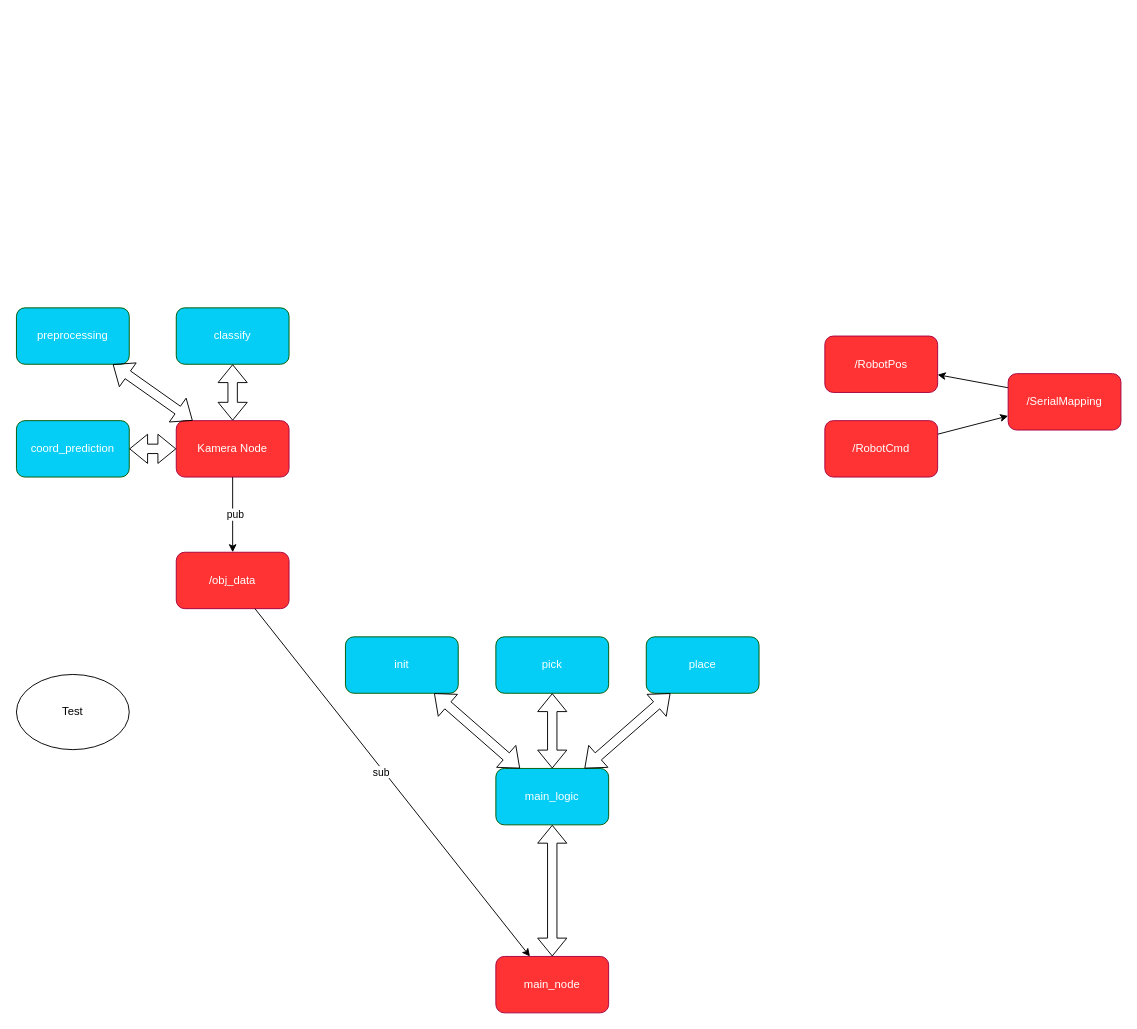
ibinsandig/Portal-zur-Exmatrikulation keeps this draw.io diagram as SW_architecture_simple.drawio. Above is the earlier version. Source tidied: cells renumbered, new cells numbered last; positions are measured from the earlier drawing's top-left corner, leaving out a move shared by most shapes. Both pictures are drawn from the tidied source at 94%, with x=0, y=0 at pixel (16, 307).
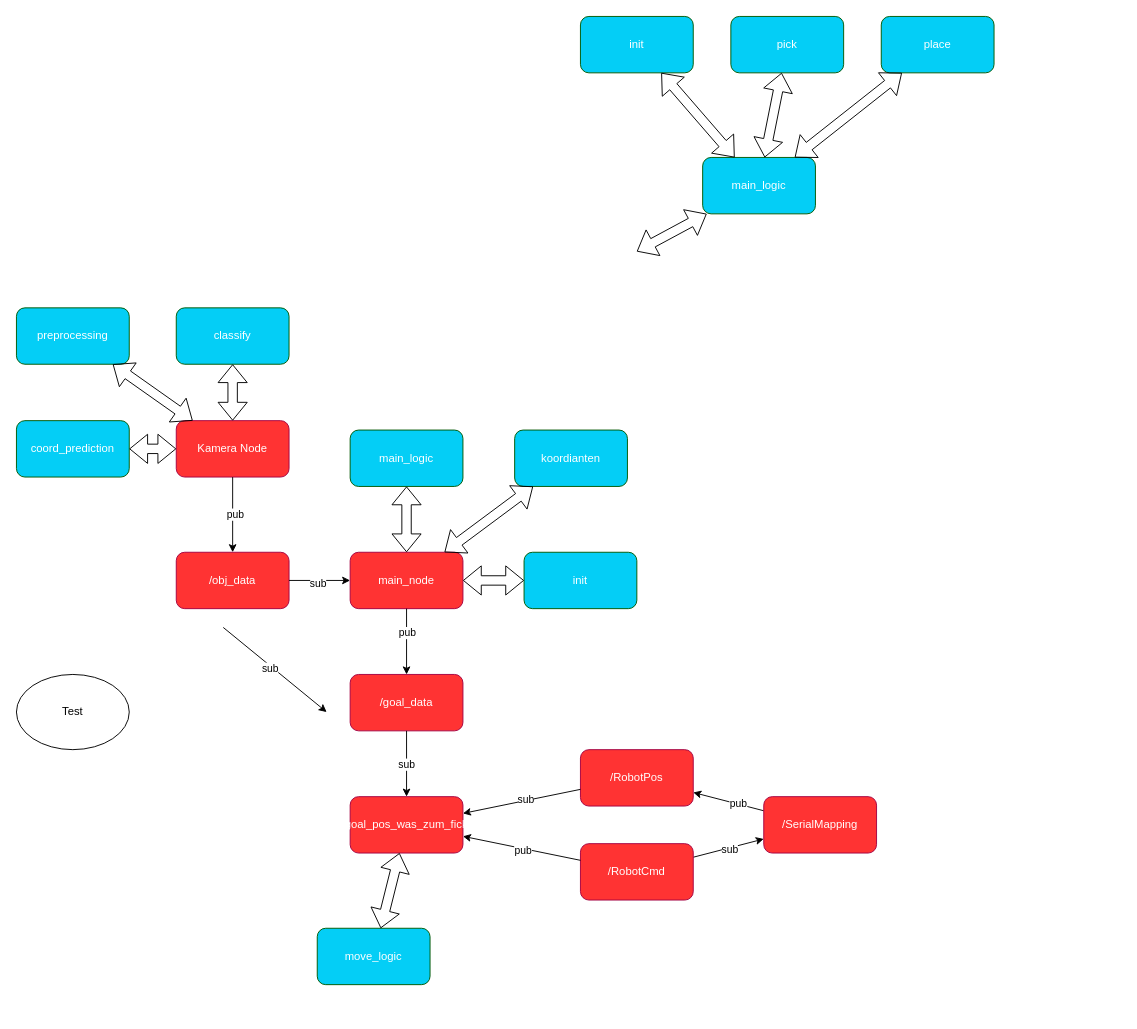
After the change.

Commit message:
jetzt wirklich vllt richtige SA

The change refers to these unchanged cells:
```xml
<mxCell id="23" style="edgeStyle=none;html=1;entryX=0;entryY=0.75;entryDx=0;entryDy=0;" parent="1" edge="1" source="24" target="26">
  <mxGeometry relative="1" as="geometry" />
</mxCell>
<mxCell id="25" style="edgeStyle=none;html=1;exitX=0;exitY=0.25;exitDx=0;exitDy=0;" parent="1" edge="1" source="26" target="27">
  <mxGeometry relative="1" as="geometry" />
</mxCell>
```

Change to the diagram source:
```diff
@@
     <mxCell id="12" value="main_node" style="rounded=1;whiteSpace=wrap;html=1;fillColor=#FF3333;fontColor=#ffffff;strokeColor=#A50040;" parent="1" vertex="1">
-      <mxGeometry x="510" y="690" width="120" height="60" as="geometry" />
+      <mxGeometry x="355" y="260" width="120" height="60" as="geometry" />
     </mxCell>
@@
     <mxCell id="15" value="main_logic" style="rounded=1;whiteSpace=wrap;html=1;fillColor=light-dark(#04cef6, #43ba43);fontColor=#ffffff;strokeColor=#005700;" parent="1" vertex="1">
-      <mxGeometry x="510" y="490" width="120" height="60" as="geometry" />
+      <mxGeometry x="730" y="-160" width="120" height="60" as="geometry" />
     </mxCell>
     <mxCell id="16" value="pick" style="rounded=1;whiteSpace=wrap;html=1;fillColor=light-dark(#04cef6, #43ba43);fontColor=#ffffff;strokeColor=#005700;" parent="1" vertex="1">
-      <mxGeometry x="510" y="350" width="120" height="60" as="geometry" />
+      <mxGeometry x="760" y="-310" width="120" height="60" as="geometry" />
     </mxCell>
     <mxCell id="17" value="place" style="rounded=1;whiteSpace=wrap;html=1;fillColor=light-dark(#04cef6, #43ba43);fontColor=#ffffff;strokeColor=#005700;" parent="1" vertex="1">
-      <mxGeometry x="670" y="350" width="120" height="60" as="geometry" />
+      <mxGeometry x="920" y="-310" width="120" height="60" as="geometry" />
     </mxCell>
     <mxCell id="18" value="init" style="rounded=1;whiteSpace=wrap;html=1;fillColor=light-dark(#04cef6, #43ba43);fontColor=#ffffff;strokeColor=#005700;" parent="1" vertex="1">
-      <mxGeometry x="350" y="350" width="120" height="60" as="geometry" />
+      <mxGeometry x="600" y="-310" width="120" height="60" as="geometry" />
     </mxCell>
@@
-    <mxCell id="22" style="shape=flexArrow;endArrow=classic;startArrow=classic;html=1;" parent="1" edge="1" source="12" target="15">
-      <mxGeometry relative="1" as="geometry" />
+    <mxCell id="22" style="shape=flexArrow;endArrow=classic;startArrow=classic;html=1;" parent="1" edge="1" target="15">
+      <mxGeometry relative="1" as="geometry">
+        <mxPoint x="660" y="-60" as="sourcePoint" />
+      </mxGeometry>
     </mxCell>
@@
+    <mxCell id="29" value="sub" style="edgeLabel;html=1;align=center;verticalAlign=middle;" parent="23" vertex="1">
+      <mxGeometry x="0.01" y="-1" relative="1" as="geometry" />
+    </mxCell>
     <mxCell id="24" value="/RobotCmd" style="rounded=1;whiteSpace=wrap;html=1;fillColor=#FF3333;fontColor=#ffffff;strokeColor=#A50040;" parent="1" vertex="1">
-      <mxGeometry x="860" y="120" width="120" height="60" as="geometry" />
+      <mxGeometry x="600" y="570" width="120" height="60" as="geometry" />
     </mxCell>
@@
+    <mxCell id="30" value="pub" style="edgeLabel;html=1;align=center;verticalAlign=middle;" parent="25" vertex="1">
+      <mxGeometry x="-0.29" relative="1" as="geometry" />
+    </mxCell>
     <mxCell id="26" value="/SerialMapping" style="rounded=1;whiteSpace=wrap;html=1;fillColor=#FF3333;fontColor=#ffffff;strokeColor=#A50040;" parent="1" vertex="1">
-      <mxGeometry x="1055" y="70" width="120" height="60" as="geometry" />
+      <mxGeometry x="795" y="520" width="120" height="60" as="geometry" />
     </mxCell>
     <mxCell id="27" value="/RobotPos" style="rounded=1;whiteSpace=wrap;html=1;fillColor=#FF3333;fontColor=#ffffff;strokeColor=#A50040;" parent="1" vertex="1">
-      <mxGeometry x="860" y="30" width="120" height="60" as="geometry" />
+      <mxGeometry x="600" y="470" width="120" height="60" as="geometry" />
     </mxCell>
@@
+    <mxCell id="31" style="endArrow=classic;html=1;" parent="1" edge="1" source="27">
+      <mxGeometry relative="1" as="geometry">
+        <mxPoint x="475" y="537.8" as="targetPoint" />
+      </mxGeometry>
+    </mxCell>
+    <mxCell id="32" value="sub" style="edgeLabel;html=1;align=center;verticalAlign=middle;" parent="31" vertex="1">
+      <mxGeometry x="-0.07" y="-2" relative="1" as="geometry" />
+    </mxCell>
+    <mxCell id="33" style="edgeStyle=none;html=1;" parent="1" edge="1" source="24">
+      <mxGeometry relative="1" as="geometry">
+        <mxPoint x="475" y="562.2" as="targetPoint" />
+      </mxGeometry>
+    </mxCell>
+    <mxCell id="34" value="pub" style="edgeLabel;html=1;align=center;verticalAlign=middle;" parent="33" vertex="1">
+      <mxGeometry x="-0.03" y="2" relative="1" as="geometry" />
+    </mxCell>
+    <mxCell id="35" value="main_logic" style="rounded=1;whiteSpace=wrap;html=1;fillColor=light-dark(#04cef6, #43ba43);fontColor=#ffffff;strokeColor=#005700;" parent="1" vertex="1">
+      <mxGeometry x="355" y="130" width="120" height="60" as="geometry" />
+    </mxCell>
+    <mxCell id="36" style="shape=flexArrow;endArrow=classic;startArrow=classic;html=1;" parent="1" edge="1" source="12" target="35">
+      <mxGeometry relative="1" as="geometry" />
+    </mxCell>
+    <mxCell id="37" value="/goal_data" style="rounded=1;whiteSpace=wrap;html=1;fillColor=#FF3333;fontColor=#ffffff;strokeColor=#A50040;" parent="1" vertex="1">
+      <mxGeometry x="355" y="390" width="120" height="60" as="geometry" />
+    </mxCell>
+    <mxCell id="38" value="goal_pos_was_zum_fick" style="rounded=1;whiteSpace=wrap;html=1;fillColor=#FF3333;fontColor=#ffffff;strokeColor=#A50040;" parent="1" vertex="1">
+      <mxGeometry x="355" y="520" width="120" height="60" as="geometry" />
+    </mxCell>
+    <mxCell id="39" value="move_logic" style="rounded=1;whiteSpace=wrap;html=1;fillColor=light-dark(#04cef6, #43ba43);fontColor=#ffffff;strokeColor=#005700;" parent="1" vertex="1">
+      <mxGeometry x="320" y="660" width="120" height="60" as="geometry" />
+    </mxCell>
+    <mxCell id="40" style="shape=flexArrow;endArrow=classic;startArrow=classic;html=1;" parent="1" edge="1" source="38" target="39">
+      <mxGeometry relative="1" as="geometry" />
+    </mxCell>
+    <mxCell id="41" style="edgeStyle=none;html=1;" parent="1" edge="1" source="12" target="37">
+      <mxGeometry relative="1" as="geometry" />
+    </mxCell>
+    <mxCell id="42" value="pub" style="edgeLabel;html=1;align=center;verticalAlign=middle;" parent="41" vertex="1">
+      <mxGeometry x="-0.29" relative="1" as="geometry" />
+    </mxCell>
+    <mxCell id="43" style="edgeStyle=none;html=1;" parent="1" edge="1" source="37" target="38">
+      <mxGeometry relative="1" as="geometry" />
+    </mxCell>
+    <mxCell id="44" value="sub" style="edgeLabel;html=1;align=center;verticalAlign=middle;" parent="43" vertex="1">
+      <mxGeometry x="0.01" y="-1" relative="1" as="geometry" />
+    </mxCell>
+    <mxCell id="45" style="endArrow=classic;html=1;" parent="1" edge="1">
+      <mxGeometry relative="1" as="geometry">
+        <mxPoint x="220" y="340" as="sourcePoint" />
+        <mxPoint x="330" y="430" as="targetPoint" />
+      </mxGeometry>
+    </mxCell>
+    <mxCell id="46" value="sub" style="edgeLabel;html=1;align=center;verticalAlign=middle;" parent="45" vertex="1">
+      <mxGeometry x="-0.07" y="-2" relative="1" as="geometry" />
+    </mxCell>
+    <mxCell id="47" value="koordianten" style="rounded=1;whiteSpace=wrap;html=1;fillColor=light-dark(#04cef6, #43ba43);fontColor=#ffffff;strokeColor=#005700;" parent="1" vertex="1">
+      <mxGeometry x="530" y="130" width="120" height="60" as="geometry" />
+    </mxCell>
+    <mxCell id="48" value="init" style="rounded=1;whiteSpace=wrap;html=1;fillColor=light-dark(#04cef6, #43ba43);fontColor=#ffffff;strokeColor=#005700;" parent="1" vertex="1">
+      <mxGeometry x="540" y="260" width="120" height="60" as="geometry" />
+    </mxCell>
+    <mxCell id="49" style="shape=flexArrow;endArrow=classic;startArrow=classic;html=1;" parent="1" edge="1" source="12" target="47">
+      <mxGeometry relative="1" as="geometry" />
+    </mxCell>
+    <mxCell id="50" style="shape=flexArrow;endArrow=classic;startArrow=classic;html=1;exitX=1;exitY=0.5;exitDx=0;exitDy=0;" parent="1" edge="1" source="12" target="48">
+      <mxGeometry relative="1" as="geometry" />
+    </mxCell>
```
